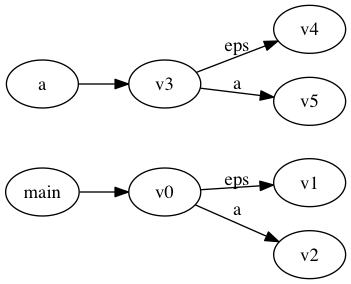
Before: cfg.dot.png, a diagram exported from Graphviz (sdierauf/automata-and-languages-lab2). Its source is kept beside it as cfg.dot.
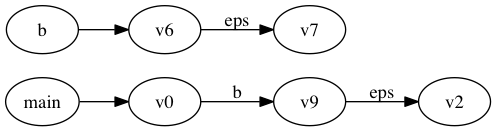
After the change.

What changed in the source:
```diff
@@ -1,9 +1,8 @@
 digraph finite_state_machine {
 	rankdir=LR;
 	main ->  v0;
-	v0 -> v1 [ label = "eps"];
-	v0 -> v2 [ label = "a"];
-	a ->  v3;
-	v3 -> v4 [ label = "eps"];
-	v3 -> v5 [ label = "a"];
+	v0 -> v9 [ label = "b"];
+	v9 -> v2 [ label = "eps"];
+	b ->  v6;
+	v6 -> v7 [ label = "eps"];
 }
```
